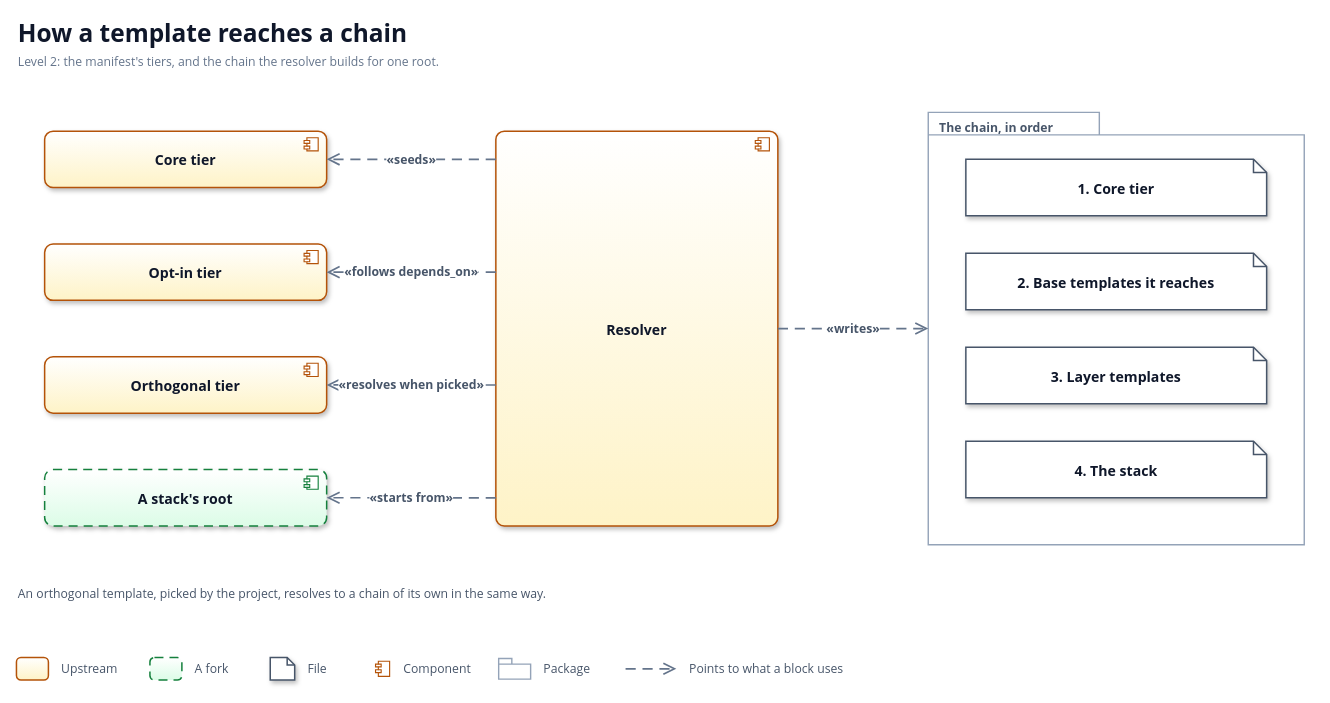
Earlier version of the draw.io diagram docs/diagrams/building-blocks-manifest.drawio (solid-ai-dev/solid-ai-templates). Source tidied: cells renumbered, new cells numbered last; positions are measured from the earlier drawing's top-left corner, leaving out a move shared by most shapes. Both pictures are drawn from the tidied source at 94%, with x=0, y=0 at pixel (16, 16).
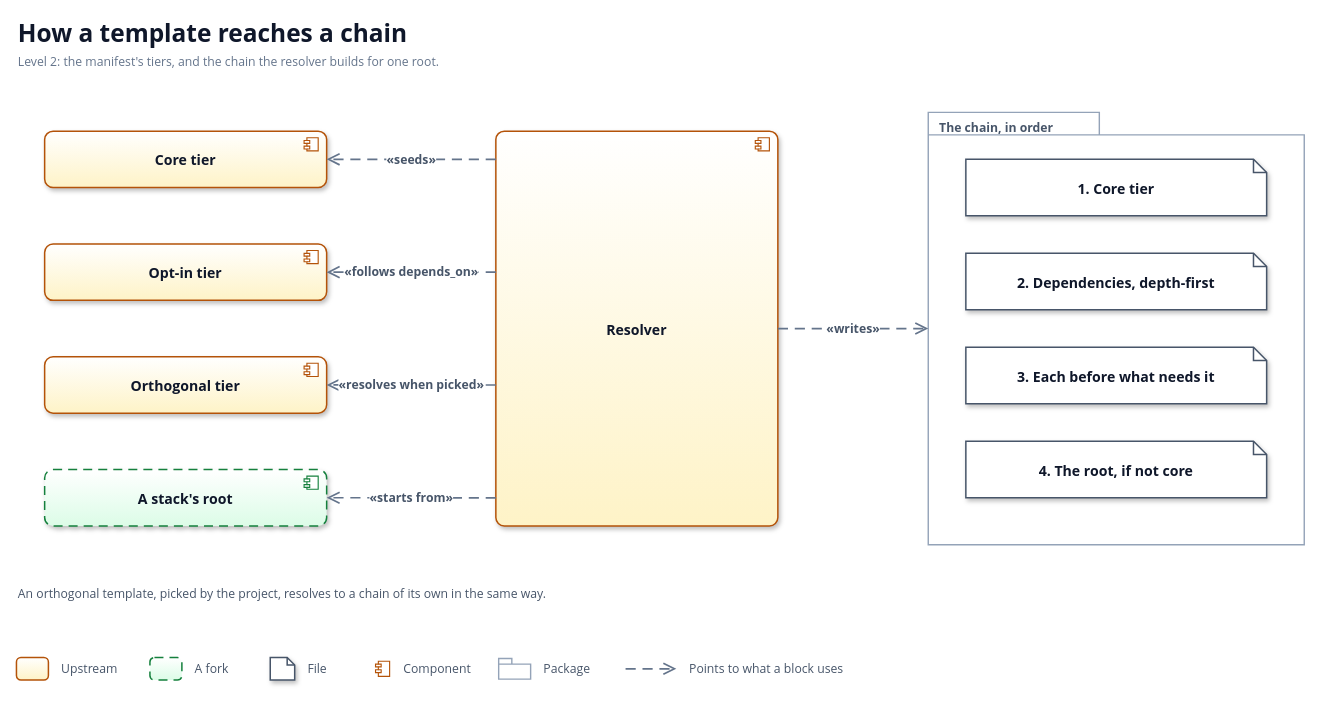
Above is the later version.

Change to the diagram source:
```diff
@@
-    <mxCell id="16" value="2. Base templates it reaches" style="shape=note;size=14;whiteSpace=wrap;html=1;fillColor=#FFFFFF;strokeColor=#475569;strokeWidth=1.6;shadow=1;align=center;verticalAlign=middle;fontFamily=Segoe UI;fontSize=15;fontStyle=1;fontColor=#0F172A;spacingLeft=10;spacingRight=10;" parent="1" vertex="1">
+    <mxCell id="16" value="2. Dependencies, depth-first" style="shape=note;size=14;whiteSpace=wrap;html=1;fillColor=#FFFFFF;strokeColor=#475569;strokeWidth=1.6;shadow=1;align=center;verticalAlign=middle;fontFamily=Segoe UI;fontSize=15;fontStyle=1;fontColor=#0F172A;spacingLeft=10;spacingRight=10;" parent="1" vertex="1">
       <mxGeometry x="1010" y="252" width="320" height="60" as="geometry" />
     </mxCell>
-    <mxCell id="17" value="3. Layer templates" style="shape=note;size=14;whiteSpace=wrap;html=1;fillColor=#FFFFFF;strokeColor=#475569;strokeWidth=1.6;shadow=1;align=center;verticalAlign=middle;fontFamily=Segoe UI;fontSize=15;fontStyle=1;fontColor=#0F172A;spacingLeft=10;spacingRight=10;" parent="1" vertex="1">
+    <mxCell id="17" value="3. Each before what needs it" style="shape=note;size=14;whiteSpace=wrap;html=1;fillColor=#FFFFFF;strokeColor=#475569;strokeWidth=1.6;shadow=1;align=center;verticalAlign=middle;fontFamily=Segoe UI;fontSize=15;fontStyle=1;fontColor=#0F172A;spacingLeft=10;spacingRight=10;" parent="1" vertex="1">
       <mxGeometry x="1010" y="352" width="320" height="60" as="geometry" />
     </mxCell>
-    <mxCell id="18" value="4. The stack" style="shape=note;size=14;whiteSpace=wrap;html=1;fillColor=#FFFFFF;strokeColor=#475569;strokeWidth=1.6;shadow=1;align=center;verticalAlign=middle;fontFamily=Segoe UI;fontSize=15;fontStyle=1;fontColor=#0F172A;spacingLeft=10;spacingRight=10;" parent="1" vertex="1">
+    <mxCell id="18" value="4. The root, if not core" style="shape=note;size=14;whiteSpace=wrap;html=1;fillColor=#FFFFFF;strokeColor=#475569;strokeWidth=1.6;shadow=1;align=center;verticalAlign=middle;fontFamily=Segoe UI;fontSize=15;fontStyle=1;fontColor=#0F172A;spacingLeft=10;spacingRight=10;" parent="1" vertex="1">
       <mxGeometry x="1010" y="452" width="320" height="60" as="geometry" />
     </mxCell>
```
